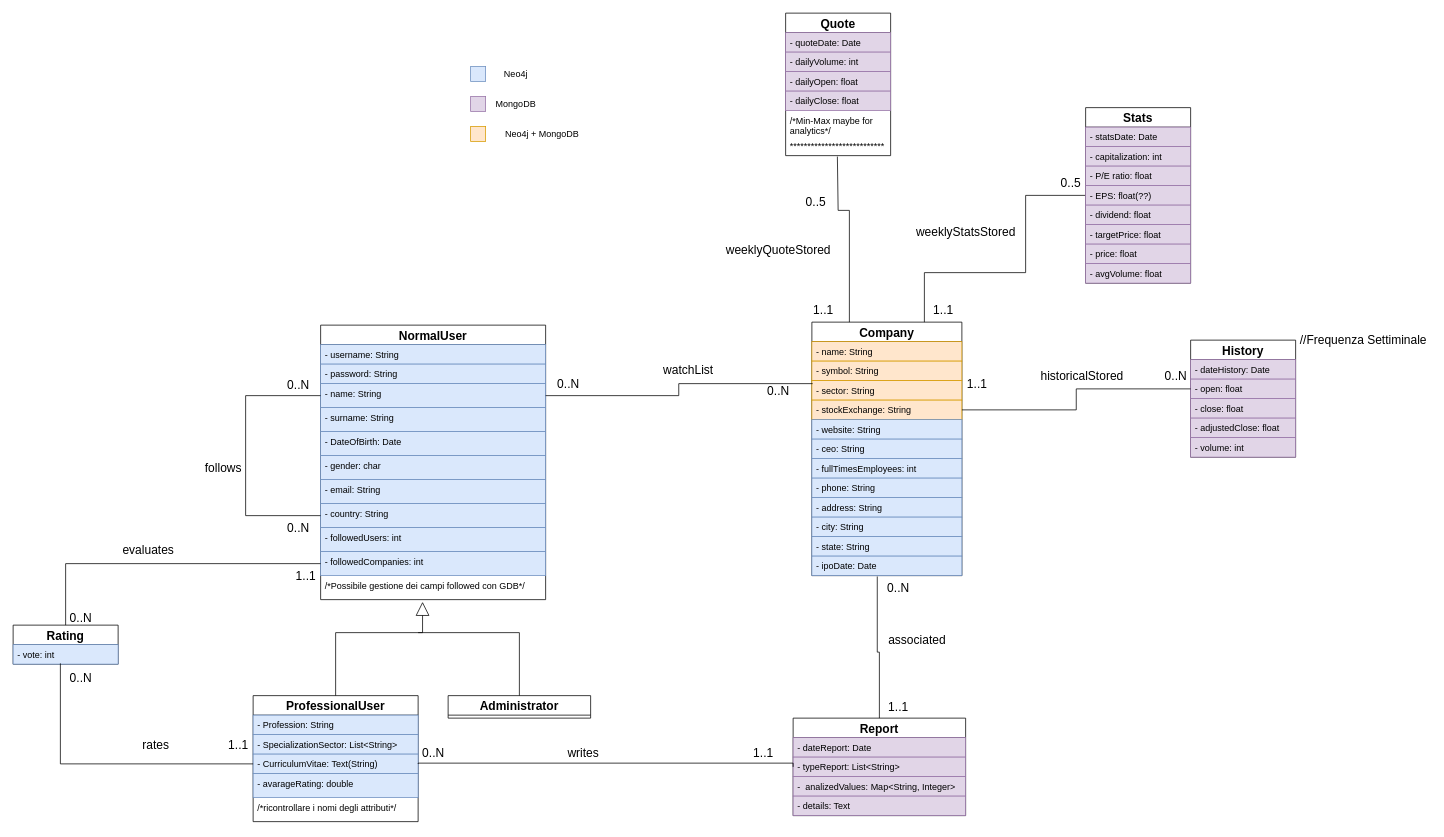
The draw.io diagram page "Page-2" (2 of 2) of Diagrammi/Untitled Diagram.drawio in Matteo-Castrignano/CompaniesDiscoveryApplications, before the edit. Source tidied: cells renumbered, new cells numbered last; positions are measured from the earlier drawing's top-left corner, leaving out a move shared by most shapes. Both pictures are drawn from the tidied source at 75%, with x=0, y=0 at pixel (13, 13).
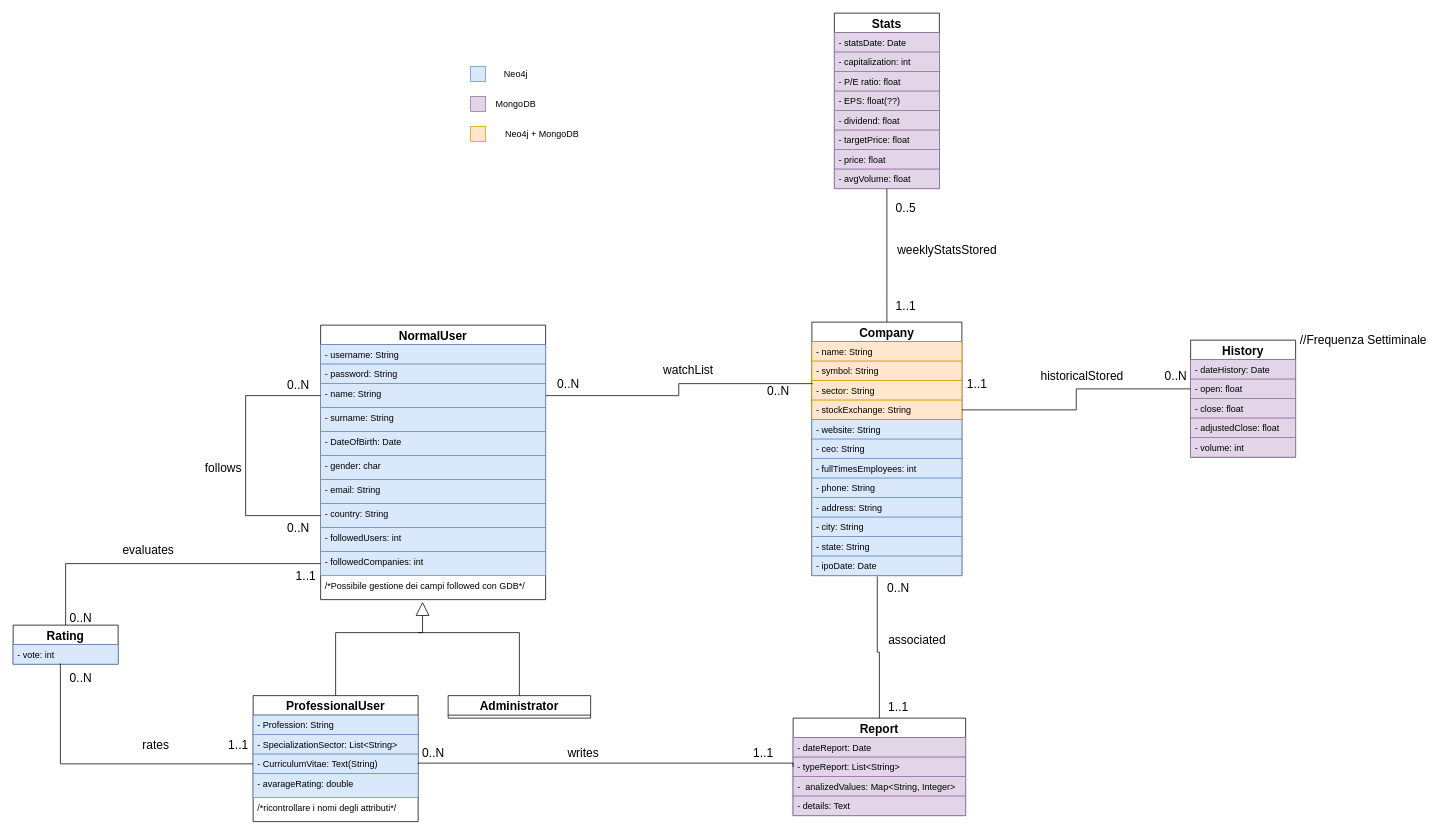
The same page after the edit.

The change refers to these unchanged cells:
```xml
<mxCell id="28" value="Company" style="swimlane;fontStyle=1;horizontal=1;startSize=26;fillColor=none;fontSize=16;" parent="1" vertex="1">
  <mxGeometry x="1065" y="412" width="200" height="338" as="geometry" />
</mxCell>
<mxCell id="54" value="- EPS: float(??)" style="text;strokeColor=#9673a6;fillColor=#e1d5e7;align=left;verticalAlign=top;spacingLeft=4;spacingRight=4;overflow=hidden;points=[[0,0.5],[1,0.5]];portConstraint=eastwest;" parent="50" vertex="1">
  <mxGeometry y="104" width="140" height="26" as="geometry" />
</mxCell>
```

Diff of the diagram source:
```diff
@@
-    <mxCell id="27" style="edgeStyle=orthogonalEdgeStyle;rounded=0;jettySize=auto;html=1;exitX=0.75;exitY=0;exitDx=0;exitDy=0;strokeColor=#000000;fontSize=16;endArrow=none;endFill=0;" parent="1" edge="1" source="28" target="54">
+    <mxCell id="27" style="edgeStyle=orthogonalEdgeStyle;rounded=0;jettySize=auto;html=1;exitX=0.5;exitY=0;exitDx=0;exitDy=0;strokeColor=#000000;fontSize=16;endArrow=none;endFill=0;" parent="1" edge="1" source="28" target="54">
       <mxGeometry relative="1" as="geometry">
         <Array as="points">
-          <mxPoint x="1215" y="346" />
-          <mxPoint x="1350" y="346" />
-          <mxPoint x="1350" y="243" />
+          <mxPoint x="1165" y="380" />
+          <mxPoint x="1165" y="380" />
         </Array>
       </mxGeometry>
     </mxCell>
@@
     <mxCell id="50" value="Stats" style="swimlane;fontStyle=1;horizontal=1;startSize=26;fillColor=none;fontSize=16;" parent="1" vertex="1">
-      <mxGeometry x="1430" y="126" width="140" height="234" as="geometry" />
+      <mxGeometry x="1095" width="140" height="234" as="geometry" />
     </mxCell>
@@
-    <mxCell id="59" value="Quote" style="swimlane;fontStyle=1;horizontal=1;startSize=26;fillColor=none;fontSize=16;" parent="1" vertex="1">
-      <mxGeometry x="1030" width="140" height="190" as="geometry" />
-    </mxCell>
-    <mxCell id="60" value="- quoteDate: Date" style="text;strokeColor=#9673a6;fillColor=#e1d5e7;align=left;verticalAlign=top;spacingLeft=4;spacingRight=4;overflow=hidden;" parent="59" vertex="1">
-      <mxGeometry y="26" width="140" height="26" as="geometry" />
-    </mxCell>
-    <mxCell id="61" value="- dailyVolume: int" style="text;strokeColor=#9673a6;fillColor=#e1d5e7;align=left;verticalAlign=top;spacingLeft=4;spacingRight=4;overflow=hidden;" parent="59" vertex="1">
-      <mxGeometry y="52" width="140" height="26" as="geometry" />
-    </mxCell>
-    <mxCell id="62" value="- dailyOpen: float" style="text;strokeColor=#9673a6;fillColor=#e1d5e7;align=left;verticalAlign=top;spacingLeft=4;spacingRight=4;overflow=hidden;" parent="59" vertex="1">
-      <mxGeometry y="78" width="140" height="26" as="geometry" />
-    </mxCell>
-    <mxCell id="63" value="- dailyClose: float" style="text;strokeColor=#9673a6;fillColor=#e1d5e7;align=left;verticalAlign=top;spacingLeft=4;spacingRight=4;overflow=hidden;" parent="59" vertex="1">
-      <mxGeometry y="104" width="140" height="26" as="geometry" />
-    </mxCell>
-    <mxCell id="64" value="/*Min-Max maybe for&#10;analytics*/" style="text;strokeColor=none;fillColor=none;align=left;verticalAlign=top;spacingLeft=4;spacingRight=4;overflow=hidden;" parent="59" vertex="1">
-      <mxGeometry y="130" width="140" height="34" as="geometry" />
-    </mxCell>
-    <mxCell id="65" value="***************************" style="text;strokeColor=none;fillColor=none;align=left;verticalAlign=top;spacingLeft=4;spacingRight=4;overflow=hidden;points=[[0,0.5],[1,0.5]];portConstraint=eastwest;" parent="59" vertex="1">
-      <mxGeometry y="164" width="140" height="26" as="geometry" />
-    </mxCell>
@@
-    <mxCell id="67" style="endArrow=none;html=1;strokeColor=#000000;fontSize=16;edgeStyle=orthogonalEdgeStyle;rounded=0;entryX=0.493;entryY=1.049;entryDx=0;entryDy=0;entryPerimeter=0;exitX=0.25;exitY=0;exitDx=0;exitDy=0;" parent="1" edge="1" source="28" target="65">
-      <mxGeometry relative="1" as="geometry">
-        <Array as="points">
-          <mxPoint x="1100" y="263" />
-        </Array>
-      </mxGeometry>
-    </mxCell>
-    <mxCell id="68" value="1..1" style="text;html=1;align=center;verticalAlign=middle;fontSize=16;" parent="1" vertex="1">
-      <mxGeometry x="1060" y="386" width="40" height="20" as="geometry" />
-    </mxCell>
-    <mxCell id="69" value="0..5" style="text;html=1;align=center;verticalAlign=middle;fontSize=16;" parent="1" vertex="1">
-      <mxGeometry x="1050" y="242" width="40" height="20" as="geometry" />
-    </mxCell>
-    <mxCell id="70" value="weeklyQuoteStored" style="text;html=1;align=center;verticalAlign=middle;fontSize=16;" parent="1" vertex="1">
-      <mxGeometry x="940" y="306" width="160" height="20" as="geometry" />
-    </mxCell>
     <mxCell id="71" value="1..1" style="text;html=1;align=center;verticalAlign=middle;fontSize=16;" parent="1" vertex="1">
-      <mxGeometry x="1220" y="386" width="40" height="20" as="geometry" />
+      <mxGeometry x="1170" y="380" width="40" height="20" as="geometry" />
     </mxCell>
     <mxCell id="72" value="0..5" style="text;html=1;align=center;verticalAlign=middle;fontSize=16;" parent="1" vertex="1">
-      <mxGeometry x="1390" y="216" width="40" height="20" as="geometry" />
+      <mxGeometry x="1170" y="250" width="40" height="20" as="geometry" />
     </mxCell>
     <mxCell id="73" value="weeklyStatsStored" style="text;html=1;align=center;verticalAlign=middle;fontSize=16;" parent="1" vertex="1">
-      <mxGeometry x="1195" y="282" width="150" height="20" as="geometry" />
+      <mxGeometry x="1170" y="305" width="150" height="20" as="geometry" />
     </mxCell>
```
